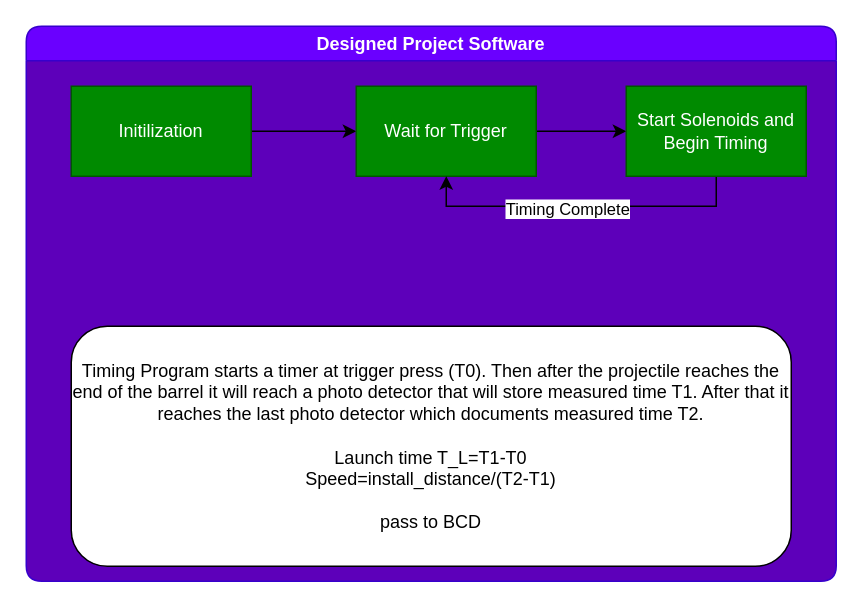
Before: DRAW.IO/Software Block Diagram.drawio in will4269/capstone, a draw.io diagram. Source tidied: cells renumbered, new cells numbered last; positions are measured from the earlier drawing's top-left corner, leaving out a move shared by most shapes. Both pictures are drawn from the tidied source at 150%, with x=0, y=0 at pixel (26, 26).
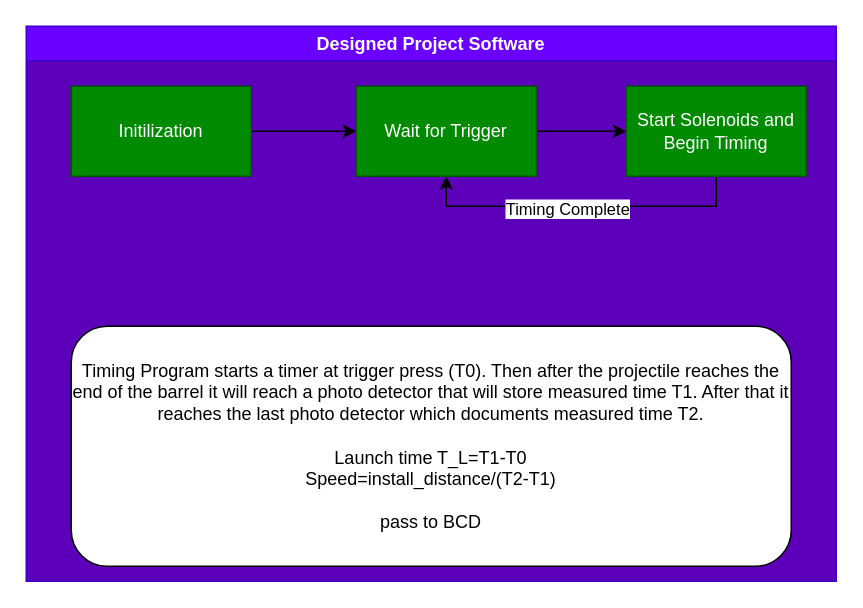
The same page after the edit.

The edit, as a diff of the source:
```diff
@@
 <mxGraphModel>
   <root>
     <mxCell id="0" />
     <mxCell id="1" parent="0" />
-    <mxCell id="2" value="Designed Project Software" style="swimlane;whiteSpace=wrap;html=1;fillColor=#6a00ff;fontColor=#ffffff;strokeColor=#3700CC;gradientColor=none;rounded=1;shadow=0;glass=0;swimlaneFillColor=#5D00BA;" parent="1" vertex="1">
+    <mxCell id="2" value="Designed Project Software" style="swimlane;whiteSpace=wrap;html=1;fillColor=#6a00ff;fontColor=#ffffff;strokeColor=#3700CC;gradientColor=none;rounded=0;shadow=0;glass=0;swimlaneFillColor=#5D00BA;" parent="1" vertex="1">
       <mxGeometry width="540" height="370" as="geometry" />
     </mxCell>
     <mxCell id="3" style="edgeStyle=orthogonalEdgeStyle;rounded=0;jettySize=auto;html=1;exitX=1;exitY=0.5;exitDx=0;exitDy=0;" parent="2" edge="1" source="4" target="6">
       <mxGeometry relative="1" as="geometry" />
     </mxCell>
     <mxCell id="4" value="Initilization" style="rounded=0;whiteSpace=wrap;html=1;fillColor=#008a00;fontColor=#ffffff;strokeColor=#005700;" parent="2" vertex="1">
       <mxGeometry x="30" y="40" width="120" height="60" as="geometry" />
     </mxCell>
     <mxCell id="5" style="edgeStyle=orthogonalEdgeStyle;rounded=0;jettySize=auto;html=1;exitX=1;exitY=0.5;exitDx=0;exitDy=0;" parent="2" edge="1" source="6" target="9">
       <mxGeometry relative="1" as="geometry" />
     </mxCell>
     <mxCell id="6" value="Wait for Trigger" style="rounded=0;whiteSpace=wrap;html=1;fillColor=#008a00;fontColor=#ffffff;strokeColor=#005700;" parent="2" vertex="1">
       <mxGeometry x="220" y="40" width="120" height="60" as="geometry" />
     </mxCell>
     <mxCell id="7" style="edgeStyle=orthogonalEdgeStyle;rounded=0;jettySize=auto;html=1;exitX=0.5;exitY=1;exitDx=0;exitDy=0;entryX=0.5;entryY=1;entryDx=0;entryDy=0;" parent="2" edge="1" source="9" target="6">
       <mxGeometry relative="1" as="geometry" />
     </mxCell>
     <mxCell id="8" value="Timing Complete" style="edgeLabel;html=1;align=center;verticalAlign=middle;" parent="7" vertex="1">
       <mxGeometry x="0.09" y="1" relative="1" as="geometry" />
     </mxCell>
     <mxCell id="9" value="Start Solenoids and Begin Timing" style="rounded=0;whiteSpace=wrap;html=1;fillColor=#008a00;fontColor=#ffffff;strokeColor=#005700;" parent="2" vertex="1">
       <mxGeometry x="400" y="40" width="120" height="60" as="geometry" />
     </mxCell>
     <mxCell id="10" value="Timing Program starts a timer at trigger press (T0). Then after the projectile reaches the end of the barrel it will reach a photo detector that will store measured time T1. After that it reaches the last photo detector which documents measured time T2.&lt;br&gt;&lt;br&gt;Launch time T_L=T1-T0&lt;br&gt;Speed=install_distance/(T2-T1)&lt;br&gt;&lt;br&gt;pass to BCD" style="rounded=1;whiteSpace=wrap;html=1;" parent="2" vertex="1">
       <mxGeometry x="30" y="200" width="480" height="160" as="geometry" />
     </mxCell>
   </root>
 </mxGraphModel>
```
